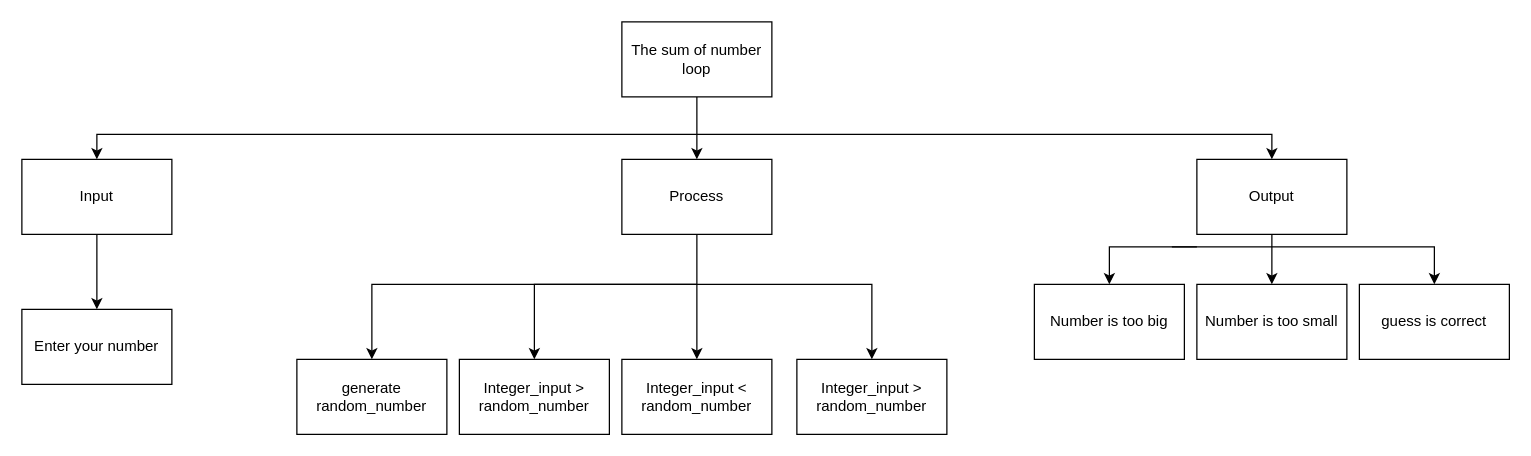
Earlier version of the draw.io diagram Drawio/TopDown.Drawio (JacksonNaufal/ICS3U-Assignment-5-Python). Source tidied: cells renumbered, new cells numbered last; positions are measured from the earlier drawing's top-left corner, leaving out a move shared by most shapes. Both pictures are drawn from the tidied source at 125%, with x=0, y=0 at pixel (21, 21).
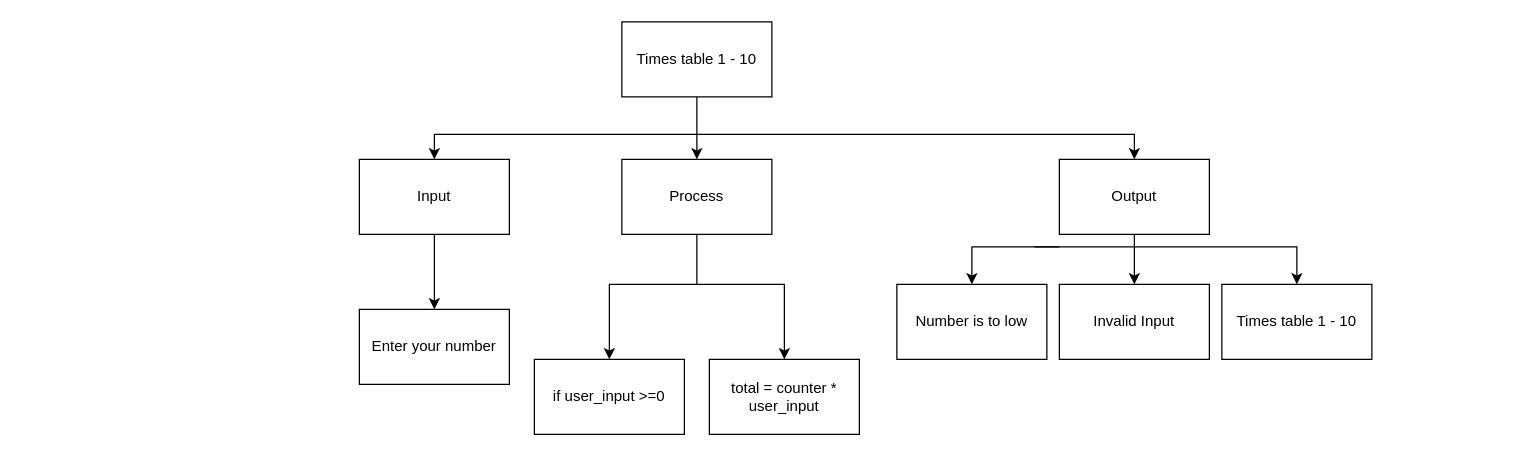
The same page after the edit.

Unchanged cells that the change refers to:
```xml
<mxCell id="12" value="Process" style="rounded=0;whiteSpace=wrap;html=1;" parent="1" vertex="1">
  <mxGeometry x="480" y="110" width="120" height="60" as="geometry" />
</mxCell>
```

Change to the diagram source:
```diff
@@
     <mxCell id="3" style="edgeStyle=none;rounded=0;html=1;entryX=0.5;entryY=0;entryDx=0;entryDy=0;" parent="1" edge="1" target="7">
       <mxGeometry relative="1" as="geometry">
         <mxPoint x="540" y="90" as="sourcePoint" />
         <Array as="points">
-          <mxPoint x="60" y="90" />
+          <mxPoint x="330" y="90" />
         </Array>
       </mxGeometry>
     </mxCell>
     <mxCell id="4" style="edgeStyle=none;rounded=0;html=1;entryX=0.5;entryY=0;entryDx=0;entryDy=0;" parent="1" edge="1" target="16">
       <mxGeometry relative="1" as="geometry">
         <mxPoint x="540" y="90" as="sourcePoint" />
         <Array as="points">
           <mxPoint x="760" y="90" />
-          <mxPoint x="1000" y="90" />
+          <mxPoint x="890" y="90" />
         </Array>
       </mxGeometry>
     </mxCell>
-    <mxCell id="5" value="The sum of number loop" style="rounded=0;whiteSpace=wrap;html=1;" parent="1" vertex="1">
+    <mxCell id="5" value="Times table 1 - 10" style="rounded=0;whiteSpace=wrap;html=1;" parent="1" vertex="1">
       <mxGeometry x="480" width="120" height="60" as="geometry" />
     </mxCell>
@@
     <mxCell id="7" value="Input" style="rounded=0;whiteSpace=wrap;html=1;" parent="1" vertex="1">
-      <mxGeometry y="110" width="120" height="60" as="geometry" />
+      <mxGeometry x="270" y="110" width="120" height="60" as="geometry" />
     </mxCell>
     <mxCell id="8" style="edgeStyle=none;html=1;rounded=0;" parent="1" edge="1" target="19">
       <mxGeometry relative="1" as="geometry">
         <mxPoint x="540" y="210" as="sourcePoint" />
         <Array as="points">
-          <mxPoint x="680" y="210" />
+          <mxPoint x="610" y="210" />
         </Array>
       </mxGeometry>
     </mxCell>
-    <mxCell id="9" style="edgeStyle=none;html=1;entryX=0.5;entryY=0;entryDx=0;entryDy=0;" parent="1" edge="1" source="12" target="20">
-      <mxGeometry relative="1" as="geometry" />
-    </mxCell>
     <mxCell id="10" style="edgeStyle=none;html=1;entryX=0.5;entryY=0;entryDx=0;entryDy=0;rounded=0;" parent="1" edge="1" target="23">
       <mxGeometry relative="1" as="geometry">
         <mxPoint x="540" y="210" as="sourcePoint" />
         <Array as="points">
-          <mxPoint x="410" y="210" />
+          <mxPoint x="470" y="210" />
         </Array>
       </mxGeometry>
     </mxCell>
-    <mxCell id="11" style="edgeStyle=none;html=1;entryX=0.5;entryY=0;entryDx=0;entryDy=0;rounded=0;" parent="1" edge="1" target="21">
+    <mxCell id="11" style="edgeStyle=none;html=1;rounded=0;endArrow=none;endFill=0;" parent="1" edge="1" source="12">
       <mxGeometry relative="1" as="geometry">
-        <mxPoint x="540" y="210" as="sourcePoint" />
-        <Array as="points">
-          <mxPoint x="280" y="210" />
-        </Array>
+        <mxPoint x="540" y="210" as="targetPoint" />
       </mxGeometry>
     </mxCell>
@@
     <mxCell id="13" style="edgeStyle=none;rounded=0;html=1;" parent="1" edge="1" target="18">
       <mxGeometry relative="1" as="geometry">
-        <mxPoint x="920" y="180" as="sourcePoint" />
+        <mxPoint x="810" y="180" as="sourcePoint" />
         <Array as="points">
-          <mxPoint x="1130" y="180" />
+          <mxPoint x="1020" y="180" />
         </Array>
       </mxGeometry>
     </mxCell>
     <mxCell id="14" style="edgeStyle=none;html=1;entryX=0.5;entryY=0;entryDx=0;entryDy=0;rounded=0;" parent="1" edge="1" target="22">
       <mxGeometry relative="1" as="geometry">
-        <mxPoint x="940" y="180" as="sourcePoint" />
+        <mxPoint x="830" y="180" as="sourcePoint" />
         <Array as="points">
-          <mxPoint x="870" y="180" />
+          <mxPoint x="760" y="180" />
         </Array>
       </mxGeometry>
     </mxCell>
@@
     <mxCell id="16" value="Output" style="rounded=0;whiteSpace=wrap;html=1;" parent="1" vertex="1">
-      <mxGeometry x="940" y="110" width="120" height="60" as="geometry" />
+      <mxGeometry x="830" y="110" width="120" height="60" as="geometry" />
     </mxCell>
     <mxCell id="17" value="Enter your number" style="rounded=0;whiteSpace=wrap;html=1;" parent="1" vertex="1">
-      <mxGeometry y="230" width="120" height="60" as="geometry" />
+      <mxGeometry x="270" y="230" width="120" height="60" as="geometry" />
     </mxCell>
-    <mxCell id="18" value="guess is correct" style="rounded=0;whiteSpace=wrap;html=1;" parent="1" vertex="1">
-      <mxGeometry x="1070" y="210" width="120" height="60" as="geometry" />
+    <mxCell id="18" value="Times table 1 - 10" style="rounded=0;whiteSpace=wrap;html=1;" parent="1" vertex="1">
+      <mxGeometry x="960" y="210" width="120" height="60" as="geometry" />
     </mxCell>
-    <mxCell id="19" value="Integer_input &amp;gt; random_number" style="rounded=0;whiteSpace=wrap;html=1;" parent="1" vertex="1">
-      <mxGeometry x="620" y="270" width="120" height="60" as="geometry" />
+    <mxCell id="19" value="total = counter * user_input" style="rounded=0;whiteSpace=wrap;html=1;" parent="1" vertex="1">
+      <mxGeometry x="550" y="270" width="120" height="60" as="geometry" />
     </mxCell>
-    <mxCell id="20" value="Integer_input &amp;lt; random_number" style="rounded=0;whiteSpace=wrap;html=1;" parent="1" vertex="1">
-      <mxGeometry x="480" y="270" width="120" height="60" as="geometry" />
-    </mxCell>
-    <mxCell id="21" value="generate random_number" style="rounded=0;whiteSpace=wrap;html=1;" parent="1" vertex="1">
-      <mxGeometry x="220" y="270" width="120" height="60" as="geometry" />
-    </mxCell>
-    <mxCell id="22" value="Number is too big" style="rounded=0;whiteSpace=wrap;html=1;" parent="1" vertex="1">
-      <mxGeometry x="810" y="210" width="120" height="60" as="geometry" />
+    <mxCell id="22" value="Number is to low" style="rounded=0;whiteSpace=wrap;html=1;" parent="1" vertex="1">
+      <mxGeometry x="700" y="210" width="120" height="60" as="geometry" />
     </mxCell>
-    <mxCell id="23" value="Integer_input &amp;gt; random_number" style="rounded=0;whiteSpace=wrap;html=1;" parent="1" vertex="1">
-      <mxGeometry x="350" y="270" width="120" height="60" as="geometry" />
+    <mxCell id="23" value="if user_input &amp;gt;=0" style="rounded=0;whiteSpace=wrap;html=1;" parent="1" vertex="1">
+      <mxGeometry x="410" y="270" width="120" height="60" as="geometry" />
     </mxCell>
-    <mxCell id="24" value="Number is too small" style="rounded=0;whiteSpace=wrap;html=1;" parent="1" vertex="1">
-      <mxGeometry x="940" y="210" width="120" height="60" as="geometry" />
+    <mxCell id="24" value="Invalid Input" style="rounded=0;whiteSpace=wrap;html=1;" parent="1" vertex="1">
+      <mxGeometry x="830" y="210" width="120" height="60" as="geometry" />
     </mxCell>
```
